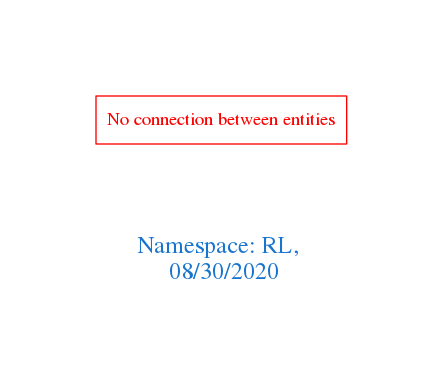
Earlier version of the Graphviz export downloads/RL.png (arago/OGIT). Its source is kept beside it as downloads/RL.dot.
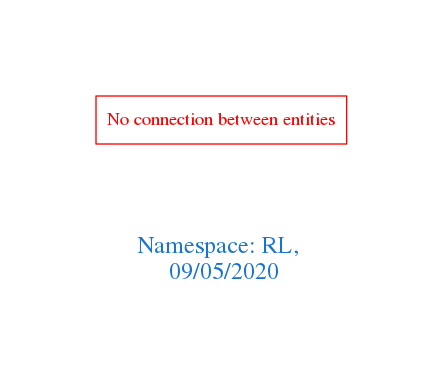
After the commit.

Diff of the diagram source:
```diff
@@ -1,7 +1,7 @@
 digraph OGIT_ontology {
  graph [ rankdir= LR,pad=1
 fontsize = 18,
-fontcolor= dodgerblue3,label = "\n\n\nNamespace: RL, \n 08/30/2020"];
+fontcolor= dodgerblue3,label = "\n\n\nNamespace: RL, \n 09/05/2020"];
 node[shape=polygon];
 edge [  color="gray81"];
 
```
